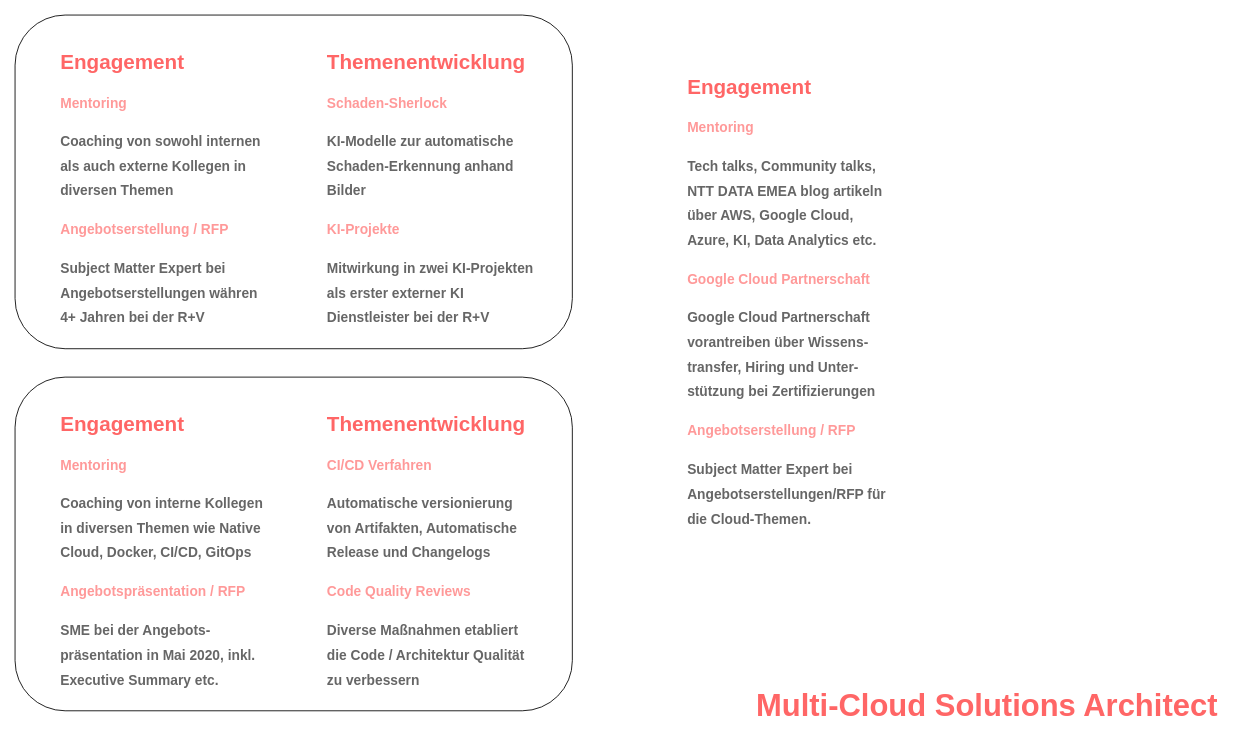
Above: promotion-board.drawio in iamulya/drawio-diagrams (draw.io), before the change. Source tidied: cells renumbered, new cells numbered last; positions are measured from the earlier drawing's top-left corner, leaving out a move shared by most shapes. Both pictures are drawn from the tidied source at 86%, with x=0, y=0 at pixel (15, 15). Pictures stored in the file or linked from it are replaced by grey dashed boxes.
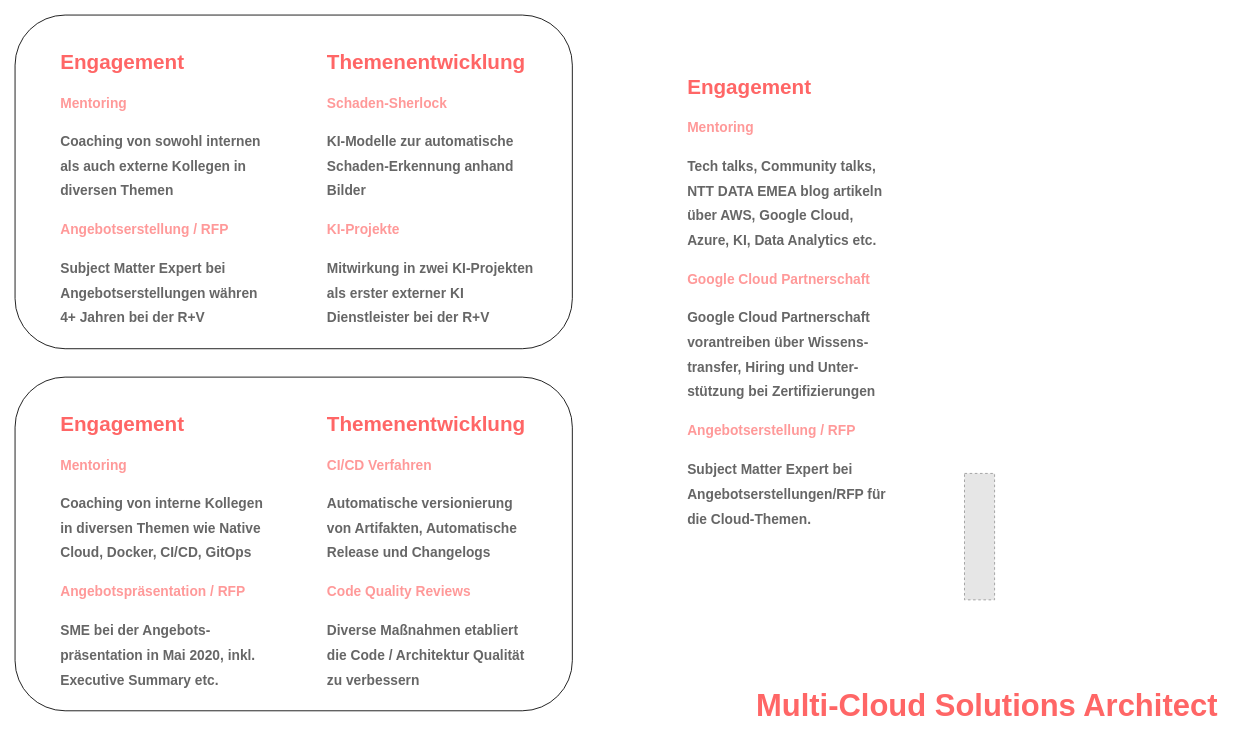
After the change.

Change to the diagram source:
```diff
@@
 <mxGraphModel>
   <root>
     <mxCell id="0" />
     <mxCell id="1" parent="0" />
     <mxCell id="2" style="group;" parent="1" vertex="1">
       <mxGeometry width="648" height="388" as="geometry" />
     </mxCell>
     <mxCell id="3" style="rounded=1;whiteSpace=wrap;html=1;" parent="2" vertex="1">
       <mxGeometry width="648" height="388" as="geometry" />
     </mxCell>
     <mxCell id="4" style="group;" parent="2" vertex="1">
       <mxGeometry x="48" y="35" width="560" height="340" as="geometry" />
     </mxCell>
     <mxCell id="5" value="&lt;h1&gt;&lt;font color=&quot;#ff6666&quot;&gt;Themenentwicklung&lt;/font&gt;&lt;/h1&gt;&lt;h1&gt;&lt;font style=&quot;font-size: 16px&quot;&gt;&lt;font color=&quot;#ff9999&quot;&gt;Schaden-Sherlock&lt;/font&gt;&lt;br&gt;&lt;/font&gt;&lt;/h1&gt;&lt;h1&gt;&lt;font style=&quot;font-size: 16px&quot; color=&quot;#666666&quot;&gt;KI-Modelle zur automatische Schaden-Erkennung anhand Bilder&lt;/font&gt;&lt;/h1&gt;&lt;h1&gt;&lt;font color=&quot;#ff9999&quot;&gt;&lt;span style=&quot;font-size: 16px&quot;&gt;KI-Projekte&lt;/span&gt;&lt;/font&gt;&lt;/h1&gt;&lt;div&gt;&lt;h1&gt;&lt;span style=&quot;font-size: 16px&quot;&gt;&lt;font color=&quot;#666666&quot;&gt;Mitwirkung in zwei KI-Projekten als erster externer KI Dienstleister bei der R+V&lt;/font&gt;&lt;/span&gt;&lt;/h1&gt;&lt;/div&gt;" style="text;html=1;strokeColor=none;fillColor=none;spacing=5;spacingTop=-20;whiteSpace=wrap;overflow=hidden;rounded=0;" parent="4" vertex="1">
       <mxGeometry x="310" width="250" height="340" as="geometry" />
     </mxCell>
     <mxCell id="6" value="&lt;h1&gt;&lt;span&gt;&lt;font color=&quot;#ff6666&quot;&gt;Engagement&lt;/font&gt;&lt;/span&gt;&lt;/h1&gt;&lt;h1&gt;&lt;font color=&quot;#ff9999&quot;&gt;&lt;span style=&quot;font-size: 16px&quot;&gt;Mentoring&lt;/span&gt;&lt;/font&gt;&lt;/h1&gt;&lt;h1&gt;&lt;font color=&quot;#666666&quot;&gt;&lt;span style=&quot;font-size: 16px&quot;&gt;Coaching von sowohl internen als auch externe Kollegen in diversen Themen&amp;nbsp;&lt;/span&gt;&lt;/font&gt;&lt;/h1&gt;&lt;h1&gt;&lt;font color=&quot;#ff9999&quot;&gt;&lt;span style=&quot;font-size: 16px&quot;&gt;Angebotserstellung / RFP&lt;/span&gt;&lt;/font&gt;&lt;/h1&gt;&lt;div&gt;&lt;h1&gt;&lt;span style=&quot;font-size: 16px&quot;&gt;&lt;font color=&quot;#666666&quot;&gt;Subject Matter Expert bei Angebotserstellungen währen 4+ Jahren bei der R+V&lt;/font&gt;&lt;/span&gt;&lt;/h1&gt;&lt;/div&gt;" style="text;html=1;strokeColor=none;fillColor=none;spacing=5;spacingTop=-20;whiteSpace=wrap;overflow=hidden;rounded=0;" parent="4" vertex="1">
       <mxGeometry width="250" height="340" as="geometry" />
     </mxCell>
     <mxCell id="7" style="group;" parent="1" vertex="1">
       <mxGeometry y="421" width="648" height="388" as="geometry" />
     </mxCell>
     <mxCell id="8" style="rounded=1;whiteSpace=wrap;html=1;" parent="7" vertex="1">
       <mxGeometry width="648" height="388" as="geometry" />
     </mxCell>
     <mxCell id="9" style="group;" parent="7" vertex="1">
       <mxGeometry x="48" y="35" width="560" height="340" as="geometry" />
     </mxCell>
     <mxCell id="10" value="&lt;h1&gt;&lt;font color=&quot;#ff6666&quot;&gt;Themenentwicklung&lt;/font&gt;&lt;/h1&gt;&lt;h1&gt;&lt;font style=&quot;font-size: 16px&quot; color=&quot;#ff9999&quot;&gt;CI/CD Verfahren&lt;/font&gt;&lt;/h1&gt;&lt;h1&gt;&lt;font color=&quot;#666666&quot;&gt;&lt;span style=&quot;font-size: 16px&quot;&gt;Automatische versionierung von Artifakten, Automatische Release und Changelogs&lt;/span&gt;&lt;/font&gt;&lt;/h1&gt;&lt;h1&gt;&lt;font color=&quot;#ff9999&quot;&gt;&lt;span style=&quot;font-size: 16px&quot;&gt;Code Quality Reviews&lt;/span&gt;&lt;/font&gt;&lt;/h1&gt;&lt;div&gt;&lt;h1&gt;&lt;font color=&quot;#666666&quot;&gt;&lt;span style=&quot;font-size: 16px&quot;&gt;Diverse Maßnahmen etabliert die Code / Architektur Qualität zu verbessern&lt;/span&gt;&lt;/font&gt;&lt;/h1&gt;&lt;/div&gt;" style="text;html=1;strokeColor=none;fillColor=none;spacing=5;spacingTop=-20;whiteSpace=wrap;overflow=hidden;rounded=0;" parent="9" vertex="1">
       <mxGeometry x="310" width="250" height="340" as="geometry" />
     </mxCell>
     <mxCell id="11" value="&lt;h1&gt;&lt;span&gt;&lt;font color=&quot;#ff6666&quot;&gt;Engagement&lt;/font&gt;&lt;/span&gt;&lt;/h1&gt;&lt;h1&gt;&lt;font color=&quot;#ff9999&quot;&gt;&lt;span style=&quot;font-size: 16px&quot;&gt;Mentoring&lt;/span&gt;&lt;/font&gt;&lt;/h1&gt;&lt;h1&gt;&lt;font color=&quot;#666666&quot;&gt;&lt;span style=&quot;font-size: 16px&quot;&gt;Coaching von interne Kollegen in diversen Themen wie Native Cloud, Docker, CI/CD, GitOps&lt;/span&gt;&lt;/font&gt;&lt;/h1&gt;&lt;h1&gt;&lt;font color=&quot;#ff9999&quot;&gt;&lt;span style=&quot;font-size: 16px&quot;&gt;Angebotspräsentation / RFP&lt;/span&gt;&lt;/font&gt;&lt;/h1&gt;&lt;div&gt;&lt;h1&gt;&lt;span style=&quot;font-size: 16px&quot;&gt;&lt;font color=&quot;#666666&quot;&gt;SME bei der Angebots-präsentation in Mai 2020, inkl. Executive Summary etc.&lt;/font&gt;&lt;/span&gt;&lt;/h1&gt;&lt;/div&gt;" style="text;html=1;strokeColor=none;fillColor=none;spacing=5;spacingTop=-20;whiteSpace=wrap;overflow=hidden;rounded=0;" parent="9" vertex="1">
       <mxGeometry width="250" height="340" as="geometry" />
     </mxCell>
     <mxCell id="12" value="&lt;h1&gt;&lt;span&gt;&lt;font color=&quot;#ff6666&quot;&gt;Engagement&lt;/font&gt;&lt;/span&gt;&lt;/h1&gt;&lt;h1&gt;&lt;font color=&quot;#ff9999&quot;&gt;&lt;span style=&quot;font-size: 16px&quot;&gt;Mentoring&lt;/span&gt;&lt;/font&gt;&lt;/h1&gt;&lt;h1&gt;&lt;font color=&quot;#666666&quot;&gt;&lt;span style=&quot;font-size: 16px&quot;&gt;Tech talks, Community talks, NTT DATA EMEA blog artikeln über AWS, Google Cloud, Azure, KI, Data Analytics etc.&lt;/span&gt;&lt;/font&gt;&lt;/h1&gt;&lt;div&gt;&lt;h1&gt;&lt;font color=&quot;#ff9999&quot;&gt;&lt;span style=&quot;font-size: 16px&quot;&gt;Google Cloud Partnerschaft&lt;/span&gt;&lt;/font&gt;&lt;/h1&gt;&lt;h1&gt;&lt;font color=&quot;#666666&quot;&gt;&lt;span style=&quot;font-size: 16px&quot;&gt;Google Cloud Partnerschaft vorantreiben über Wissens-transfer, Hiring und Unter-stützung&amp;nbsp;bei Zertifizierungen&lt;/span&gt;&lt;/font&gt;&lt;/h1&gt;&lt;/div&gt;&lt;h1&gt;&lt;font color=&quot;#ff9999&quot;&gt;&lt;span style=&quot;font-size: 16px&quot;&gt;Angebotserstellung / RFP&lt;/span&gt;&lt;/font&gt;&lt;/h1&gt;&lt;div&gt;&lt;h1&gt;&lt;span style=&quot;font-size: 16px&quot;&gt;&lt;font color=&quot;#666666&quot;&gt;Subject Matter Expert bei Angebotserstellungen/RFP für die Cloud-Themen.&lt;/font&gt;&lt;/span&gt;&lt;/h1&gt;&lt;/div&gt;" style="text;html=1;strokeColor=none;fillColor=none;spacing=5;spacingTop=-20;whiteSpace=wrap;overflow=hidden;rounded=0;" parent="1" vertex="1">
       <mxGeometry x="777" y="64" width="247" height="551" as="geometry" />
     </mxCell>
     <mxCell id="13" value="&lt;h1 style=&quot;color: rgb(0 , 0 , 0) ; font-family: &amp;#34;helvetica&amp;#34; ; font-style: normal ; letter-spacing: normal ; text-align: left ; text-indent: 0px ; text-transform: none ; word-spacing: 0px&quot;&gt;&lt;font color=&quot;#ff6666&quot; style=&quot;font-size: 36px ; background-color: rgb(255 , 255 , 255)&quot;&gt;Multi-Cloud Solutions Architect&lt;/font&gt;&lt;/h1&gt;" style="text;whiteSpace=wrap;html=1;" parent="1" vertex="1">
       <mxGeometry x="860" y="759" width="546" height="60" as="geometry" />
     </mxCell>
+    <mxCell id="14" style="fillColor=#E6E6E6;strokeColor=#999999;dashed=1;verticalLabelPosition=bottom;labelBackgroundColor=#ffffff;verticalAlign=top;" parent="1" vertex="1">
+      <mxGeometry x="1104" y="533" width="35" height="147" as="geometry" />
+    </mxCell>
   </root>
 </mxGraphModel>
```
